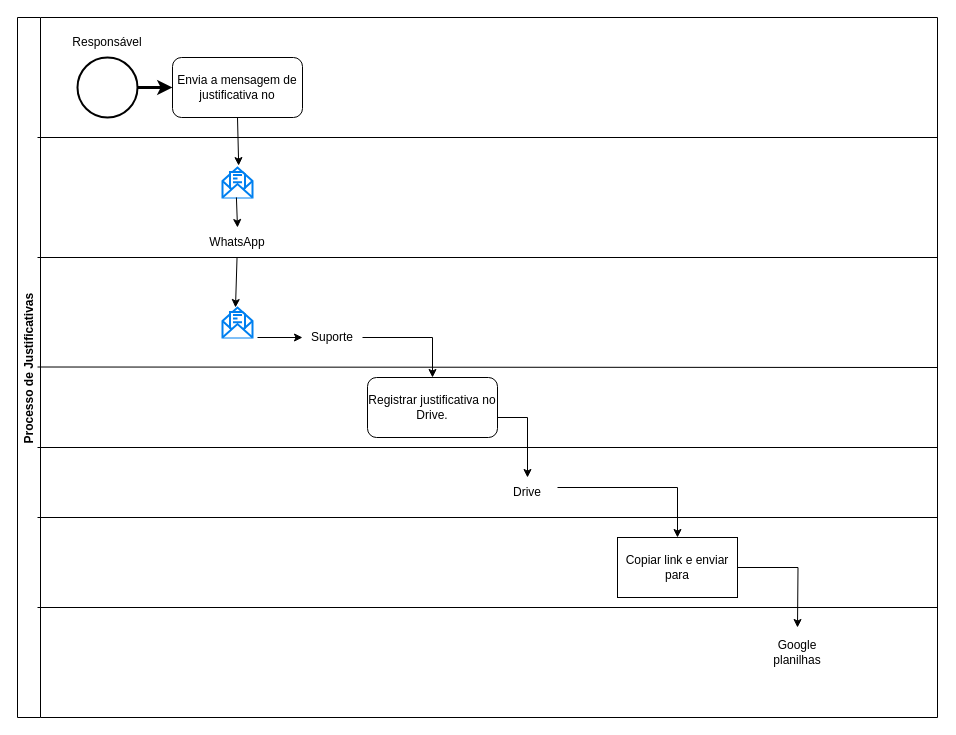
GabrielALPorto/Modelanges-Banco-Dados-e-Outras keeps this draw.io diagram as BPMN/Atividade1/Trabalho Prototipagem 1.drawio. Above is the earlier version. Source tidied: cells renumbered, new cells numbered last; positions are measured from the earlier drawing's top-left corner, leaving out a move shared by most shapes. Both pictures are drawn from the tidied source at 100%, with x=0, y=0 at pixel (17, 17).
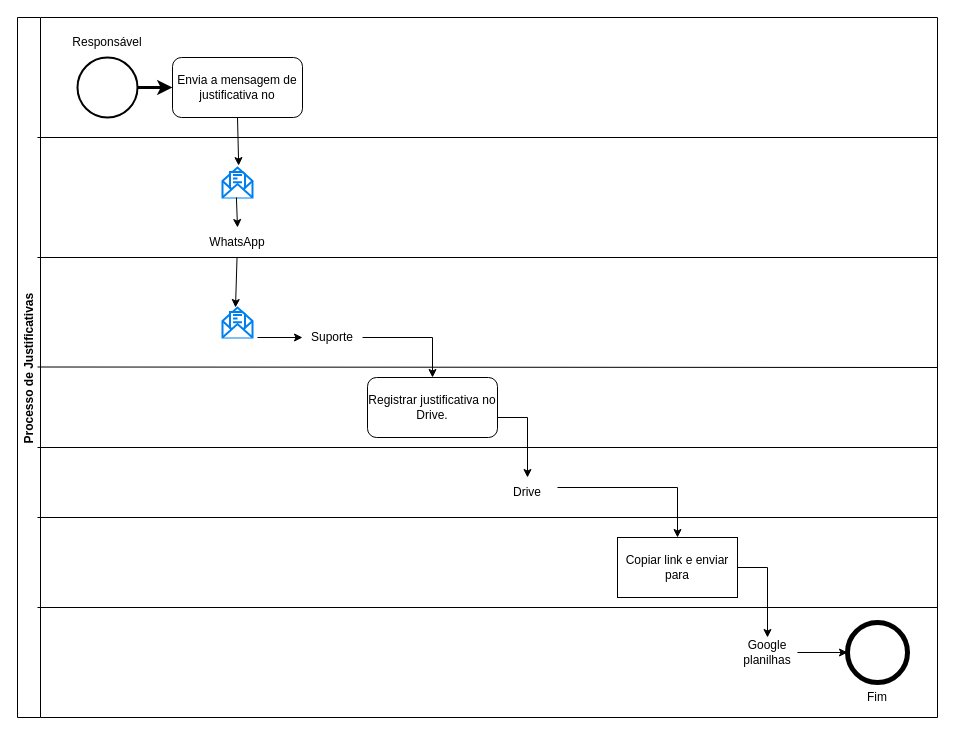
The same diagram, later.

Unchanged cells that the change refers to:
```xml
<mxCell id="2" value="Processo de Justificativas&amp;nbsp;" style="swimlane;horizontal=0;whiteSpace=wrap;html=1;startSize=23;swimlaneFillColor=default;gradientColor=none;" parent="1" vertex="1">
  <mxGeometry width="920" height="700" as="geometry" />
</mxCell>
<mxCell id="22" value="Copiar link e enviar para" style="rounded=0;whiteSpace=wrap;html=1;" parent="2" vertex="1">
  <mxGeometry x="600" y="520" width="120" height="60" as="geometry" />
</mxCell>
```

Diff of the diagram source:
```diff
@@
-    <mxCell id="21" style="edgeStyle=orthogonalEdgeStyle;rounded=0;jettySize=auto;html=1;" parent="2" edge="1" source="22">
-      <mxGeometry relative="1" as="geometry">
-        <mxPoint x="780" y="610" as="targetPoint" />
-      </mxGeometry>
-    </mxCell>
@@
     <mxCell id="24" value="Google planilhas" style="text;html=1;whiteSpace=wrap;strokeColor=none;fillColor=none;align=center;verticalAlign=middle;rounded=0;" parent="2" vertex="1">
-      <mxGeometry x="750" y="620" width="60" height="30" as="geometry" />
+      <mxGeometry x="720" y="620" width="60" height="30" as="geometry" />
     </mxCell>
@@
+    <mxCell id="29" style="ellipse;whiteSpace=wrap;html=1;strokeWidth=5;" parent="2" vertex="1">
+      <mxGeometry x="830" y="605" width="60" height="60" as="geometry" />
+    </mxCell>
+    <mxCell id="30" style="endArrow=classic;html=1;rounded=0;entryX=0;entryY=0.5;entryDx=0;entryDy=0;exitX=1;exitY=0.5;exitDx=0;exitDy=0;" parent="2" edge="1" source="24" target="29">
+      <mxGeometry relative="1" as="geometry" />
+    </mxCell>
+    <mxCell id="31" style="endArrow=classic;html=1;rounded=0;entryX=0.5;entryY=0;entryDx=0;entryDy=0;" parent="2" edge="1" target="24">
+      <mxGeometry relative="1" as="geometry">
+        <mxPoint x="720" y="550" as="sourcePoint" />
+        <Array as="points">
+          <mxPoint x="750" y="550" />
+        </Array>
+      </mxGeometry>
+    </mxCell>
+    <mxCell id="32" value="Fim" style="text;html=1;whiteSpace=wrap;strokeColor=none;fillColor=none;align=center;verticalAlign=middle;rounded=0;" parent="2" vertex="1">
+      <mxGeometry x="830" y="665" width="60" height="30" as="geometry" />
+    </mxCell>
```
